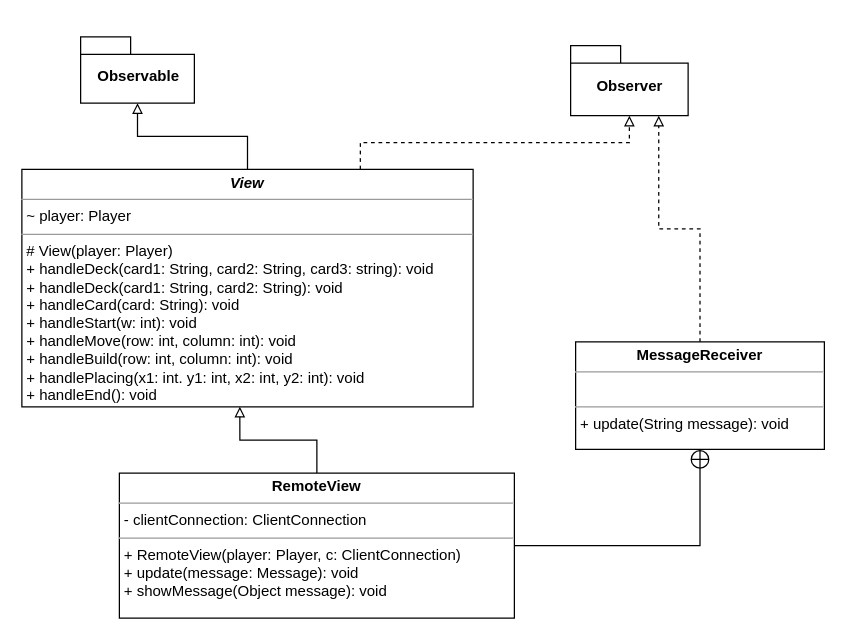
Earlier version of the draw.io diagram UML/View.drawio (peppetort/POLIMI_SE_19-20_santorini). Source tidied: cells renumbered, new cells numbered last; positions are measured from the earlier drawing's top-left corner, leaving out a move shared by most shapes. Both pictures are drawn from the tidied source at 125%, with x=0, y=0 at pixel (21, 36).
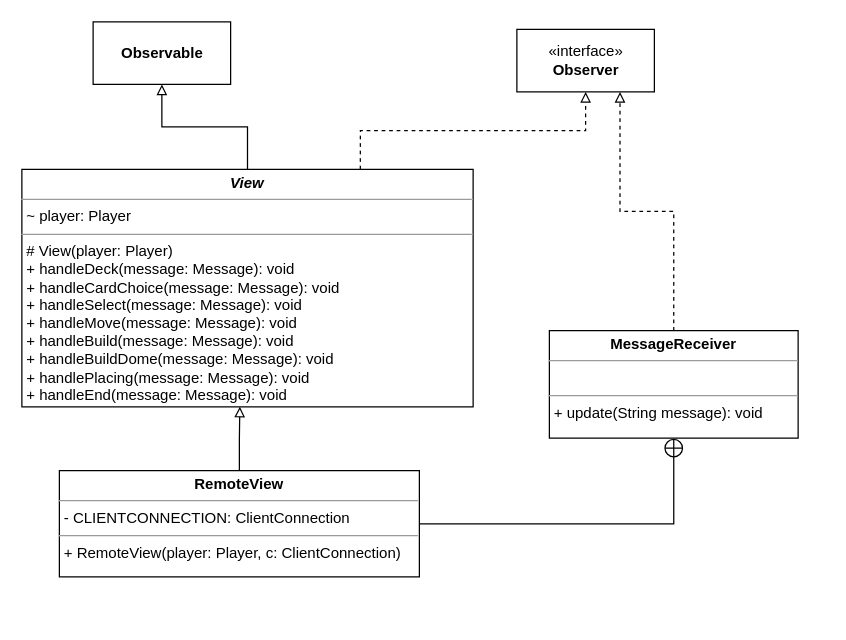
The same page after the edit.

Diff of the diagram source:
```diff
@@
 <mxGraphModel>
   <root>
     <mxCell id="0" />
     <mxCell id="1" parent="0" />
-    <mxCell id="2" style="edgeStyle=orthogonalEdgeStyle;rounded=0;jettySize=auto;html=1;entryX=0.5;entryY=1;entryDx=0;entryDy=0;entryPerimeter=0;endArrow=block;endFill=0;" parent="1" edge="1" source="4" target="5">
+    <mxCell id="2" style="edgeStyle=orthogonalEdgeStyle;rounded=0;jettySize=auto;html=1;endArrow=block;endFill=0;" parent="1" edge="1" source="4" target="5">
       <mxGeometry relative="1" as="geometry" />
     </mxCell>
-    <mxCell id="3" style="edgeStyle=orthogonalEdgeStyle;rounded=0;jettySize=auto;html=1;exitX=0.75;exitY=0;exitDx=0;exitDy=0;endArrow=block;endFill=0;dashed=1;" parent="1" edge="1" source="4" target="6">
+    <mxCell id="3" style="edgeStyle=orthogonalEdgeStyle;rounded=0;jettySize=auto;html=1;exitX=0.75;exitY=0;exitDx=0;exitDy=0;endArrow=block;endFill=0;dashed=1;" parent="1" edge="1" source="4" target="12">
       <mxGeometry relative="1" as="geometry" />
     </mxCell>
-    <mxCell id="4" value="&lt;p style=&quot;margin: 0px ; margin-top: 4px ; text-align: center&quot;&gt;&lt;b&gt;&lt;i&gt;View&lt;/i&gt;&lt;/b&gt;&lt;/p&gt;&lt;hr size=&quot;1&quot;&gt;&lt;p style=&quot;margin: 0px ; margin-left: 4px&quot;&gt;&lt;span style=&quot;font-family: &amp;#34;arial&amp;#34; , &amp;#34;helvetica neue&amp;#34; , &amp;#34;helvetica&amp;#34; , sans-serif&quot;&gt;~ player: Player&lt;/span&gt;&lt;br&gt;&lt;/p&gt;&lt;hr size=&quot;1&quot;&gt;&lt;p style=&quot;margin: 0px ; margin-left: 4px&quot;&gt;# View(player: Player)&lt;/p&gt;&lt;p style=&quot;margin: 0px ; margin-left: 4px&quot;&gt;+ handleDeck(card1: String, card2: String, card3: string): void&lt;/p&gt;&lt;p style=&quot;margin: 0px ; margin-left: 4px&quot;&gt;+ handleDeck(card1: String, card2: String): void&lt;/p&gt;&lt;p style=&quot;margin: 0px ; margin-left: 4px&quot;&gt;+ handleCard(card: String): void&lt;/p&gt;&lt;p style=&quot;margin: 0px ; margin-left: 4px&quot;&gt;+ handleStart(w: int): void&lt;/p&gt;&lt;p style=&quot;margin: 0px ; margin-left: 4px&quot;&gt;+ handleMove(row: int, column: int): void&lt;/p&gt;&lt;p style=&quot;margin: 0px ; margin-left: 4px&quot;&gt;+ handleBuild(row: int, column: int): void&lt;/p&gt;&lt;p style=&quot;margin: 0px ; margin-left: 4px&quot;&gt;+ handlePlacing(x1: int. y1: int, x2: int, y2: int): void&lt;/p&gt;&lt;p style=&quot;margin: 0px ; margin-left: 4px&quot;&gt;+ handleEnd(): void&lt;/p&gt;" style="verticalAlign=top;align=left;overflow=fill;fontSize=12;fontFamily=Helvetica;html=1;" parent="1" vertex="1">
+    <mxCell id="4" value="&lt;p style=&quot;margin: 0px ; margin-top: 4px ; text-align: center&quot;&gt;&lt;b&gt;&lt;i&gt;View&lt;/i&gt;&lt;/b&gt;&lt;/p&gt;&lt;hr size=&quot;1&quot;&gt;&lt;p style=&quot;margin: 0px ; margin-left: 4px&quot;&gt;&lt;span style=&quot;font-family: &amp;#34;arial&amp;#34; , &amp;#34;helvetica neue&amp;#34; , &amp;#34;helvetica&amp;#34; , sans-serif&quot;&gt;~ player: Player&lt;/span&gt;&lt;br&gt;&lt;/p&gt;&lt;hr size=&quot;1&quot;&gt;&lt;p style=&quot;margin: 0px ; margin-left: 4px&quot;&gt;# View(player: Player)&lt;/p&gt;&lt;p style=&quot;margin: 0px ; margin-left: 4px&quot;&gt;+ handleDeck(message: Message): void&lt;/p&gt;&lt;p style=&quot;margin: 0px ; margin-left: 4px&quot;&gt;+ handleCardChoice(message: Message): void&lt;/p&gt;&lt;p style=&quot;margin: 0px ; margin-left: 4px&quot;&gt;+ handleSelect(message: Message): void&lt;/p&gt;&lt;p style=&quot;margin: 0px ; margin-left: 4px&quot;&gt;+ handleMove(message: Message): void&lt;/p&gt;&lt;p style=&quot;margin: 0px ; margin-left: 4px&quot;&gt;+ handleBuild(message: Message): void&lt;/p&gt;&lt;p style=&quot;margin: 0px ; margin-left: 4px&quot;&gt;+ handleBuildDome(message: Message): void&lt;/p&gt;&lt;p style=&quot;margin: 0px ; margin-left: 4px&quot;&gt;+ handlePlacing(message: Message): void&lt;/p&gt;&lt;p style=&quot;margin: 0px ; margin-left: 4px&quot;&gt;+ handleEnd(message: Message): void&lt;/p&gt;" style="verticalAlign=top;align=left;overflow=fill;fontSize=12;fontFamily=Helvetica;html=1;" parent="1" vertex="1">
       <mxGeometry y="106" width="361" height="190" as="geometry" />
     </mxCell>
-    <mxCell id="5" value="Observable" style="shape=folder;fontStyle=1;spacingTop=10;tabWidth=40;tabHeight=14;tabPosition=left;html=1;" parent="1" vertex="1">
-      <mxGeometry x="47" width="91" height="53" as="geometry" />
-    </mxCell>
-    <mxCell id="6" value="Observer" style="shape=folder;fontStyle=1;spacingTop=10;tabWidth=40;tabHeight=14;tabPosition=left;html=1;" parent="1" vertex="1">
-      <mxGeometry x="439" y="7" width="94" height="56" as="geometry" />
-    </mxCell>
     <mxCell id="7" style="edgeStyle=orthogonalEdgeStyle;rounded=0;jettySize=auto;html=1;entryX=0.483;entryY=0.999;entryDx=0;entryDy=0;entryPerimeter=0;endArrow=block;endFill=0;" parent="1" edge="1" source="9" target="4">
       <mxGeometry relative="1" as="geometry" />
     </mxCell>
     <mxCell id="8" style="edgeStyle=orthogonalEdgeStyle;rounded=0;jettySize=auto;html=1;endArrow=circlePlus;endFill=0;" parent="1" edge="1" source="9" target="11">
       <mxGeometry relative="1" as="geometry" />
     </mxCell>
-    <mxCell id="9" value="&lt;p style=&quot;margin: 0px ; margin-top: 4px ; text-align: center&quot;&gt;&lt;b&gt;RemoteView&lt;/b&gt;&lt;/p&gt;&lt;hr size=&quot;1&quot;&gt;&lt;p style=&quot;margin: 0px ; margin-left: 4px&quot;&gt;- clientConnection: ClientConnection&lt;/p&gt;&lt;hr size=&quot;1&quot;&gt;&lt;p style=&quot;margin: 0px ; margin-left: 4px&quot;&gt;+ RemoteView(player: Player, c: ClientConnection)&lt;/p&gt;&lt;p style=&quot;margin: 0px ; margin-left: 4px&quot;&gt;+ update(message: Message): void&lt;/p&gt;&lt;p style=&quot;margin: 0px ; margin-left: 4px&quot;&gt;+ showMessage(Object message): void&lt;/p&gt;" style="verticalAlign=top;align=left;overflow=fill;fontSize=12;fontFamily=Helvetica;html=1;" parent="1" vertex="1">
-      <mxGeometry x="78" y="349" width="316" height="116" as="geometry" />
+    <mxCell id="9" value="&lt;p style=&quot;margin: 0px ; margin-top: 4px ; text-align: center&quot;&gt;&lt;b&gt;RemoteView&lt;/b&gt;&lt;/p&gt;&lt;hr size=&quot;1&quot;&gt;&lt;p style=&quot;margin: 0px ; margin-left: 4px&quot;&gt;- CLIENTCONNECTION: ClientConnection&lt;/p&gt;&lt;hr size=&quot;1&quot;&gt;&lt;p style=&quot;margin: 0px ; margin-left: 4px&quot;&gt;+ RemoteView(player: Player, c: ClientConnection)&lt;/p&gt;" style="verticalAlign=top;align=left;overflow=fill;fontSize=12;fontFamily=Helvetica;html=1;" parent="1" vertex="1">
+      <mxGeometry x="30" y="347" width="288" height="85" as="geometry" />
     </mxCell>
-    <mxCell id="10" style="edgeStyle=orthogonalEdgeStyle;rounded=0;jettySize=auto;html=1;entryX=0.75;entryY=1;entryDx=0;entryDy=0;entryPerimeter=0;endArrow=block;endFill=0;dashed=1;" parent="1" edge="1" source="11" target="6">
+    <mxCell id="10" style="edgeStyle=orthogonalEdgeStyle;rounded=0;jettySize=auto;html=1;entryX=0.75;entryY=1;entryDx=0;entryDy=0;endArrow=block;endFill=0;dashed=1;" parent="1" edge="1" source="11" target="12">
       <mxGeometry relative="1" as="geometry" />
     </mxCell>
     <mxCell id="11" value="&lt;p style=&quot;margin: 0px ; margin-top: 4px ; text-align: center&quot;&gt;&lt;b&gt;MessageReceiver&lt;/b&gt;&lt;/p&gt;&lt;hr size=&quot;1&quot;&gt;&lt;p style=&quot;margin: 0px ; margin-left: 4px&quot;&gt;&lt;br&gt;&lt;/p&gt;&lt;hr size=&quot;1&quot;&gt;&lt;p style=&quot;margin: 0px ; margin-left: 4px&quot;&gt;+ update(String message): void&lt;/p&gt;" style="verticalAlign=top;align=left;overflow=fill;fontSize=12;fontFamily=Helvetica;html=1;" parent="1" vertex="1">
-      <mxGeometry x="443" y="244" width="199" height="86" as="geometry" />
+      <mxGeometry x="422" y="235" width="199" height="86" as="geometry" />
     </mxCell>
+    <mxCell id="12" value="«interface»&lt;br&gt;&lt;b&gt;Observer&lt;/b&gt;" style="html=1;" parent="1" vertex="1">
+      <mxGeometry x="396" y="-6" width="110" height="50" as="geometry" />
+    </mxCell>
+    <mxCell id="5" value="&lt;b&gt;Observable&lt;/b&gt;" style="html=1;" parent="1" vertex="1">
+      <mxGeometry x="57" y="-12" width="110" height="50" as="geometry" />
+    </mxCell>
   </root>
 </mxGraphModel>
```
